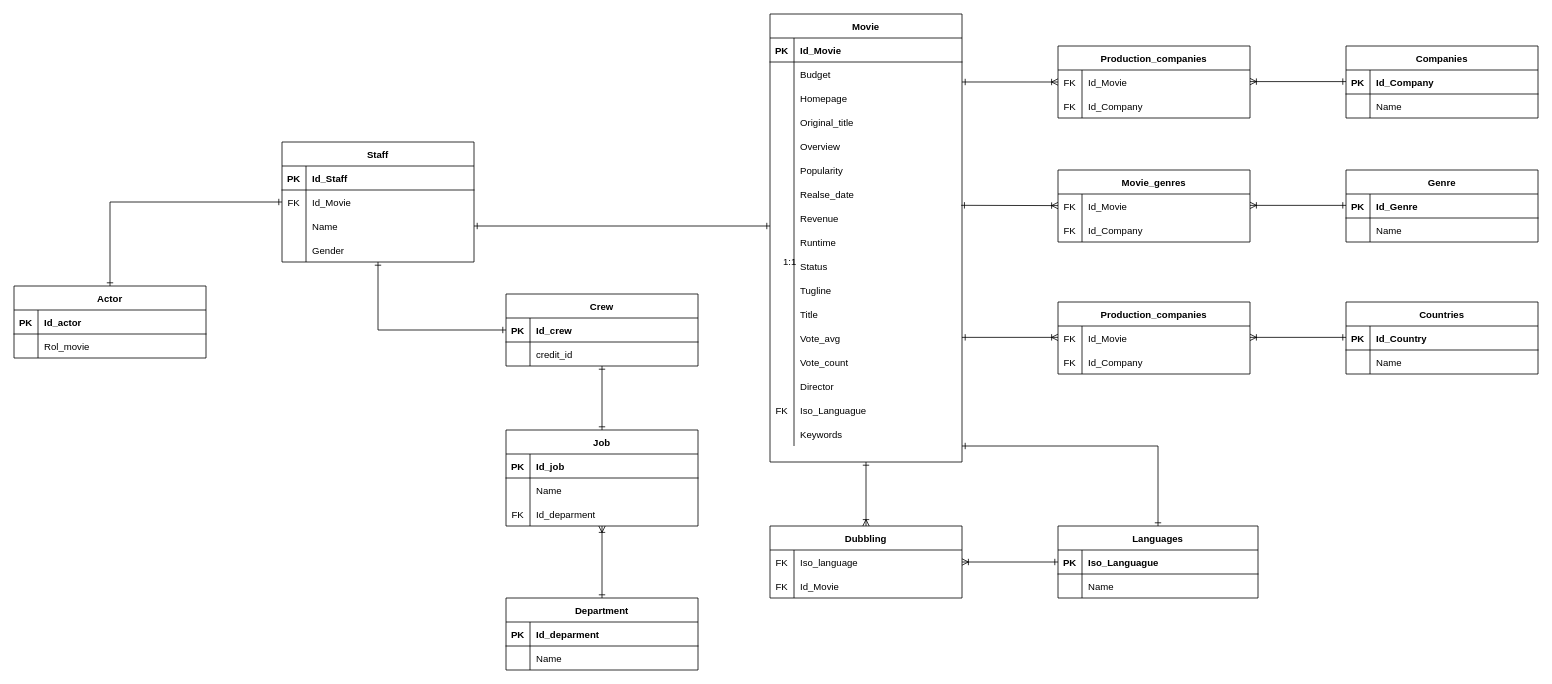
The draw.io diagram Modelo Logico.drawio in rubenjz/Base-de-Datos, before the edit. Source tidied: cells renumbered, new cells numbered last; positions are measured from the earlier drawing's top-left corner, leaving out a move shared by most shapes. Both pictures are drawn from the tidied source at 80%, with x=0, y=0 at pixel (14, 14).
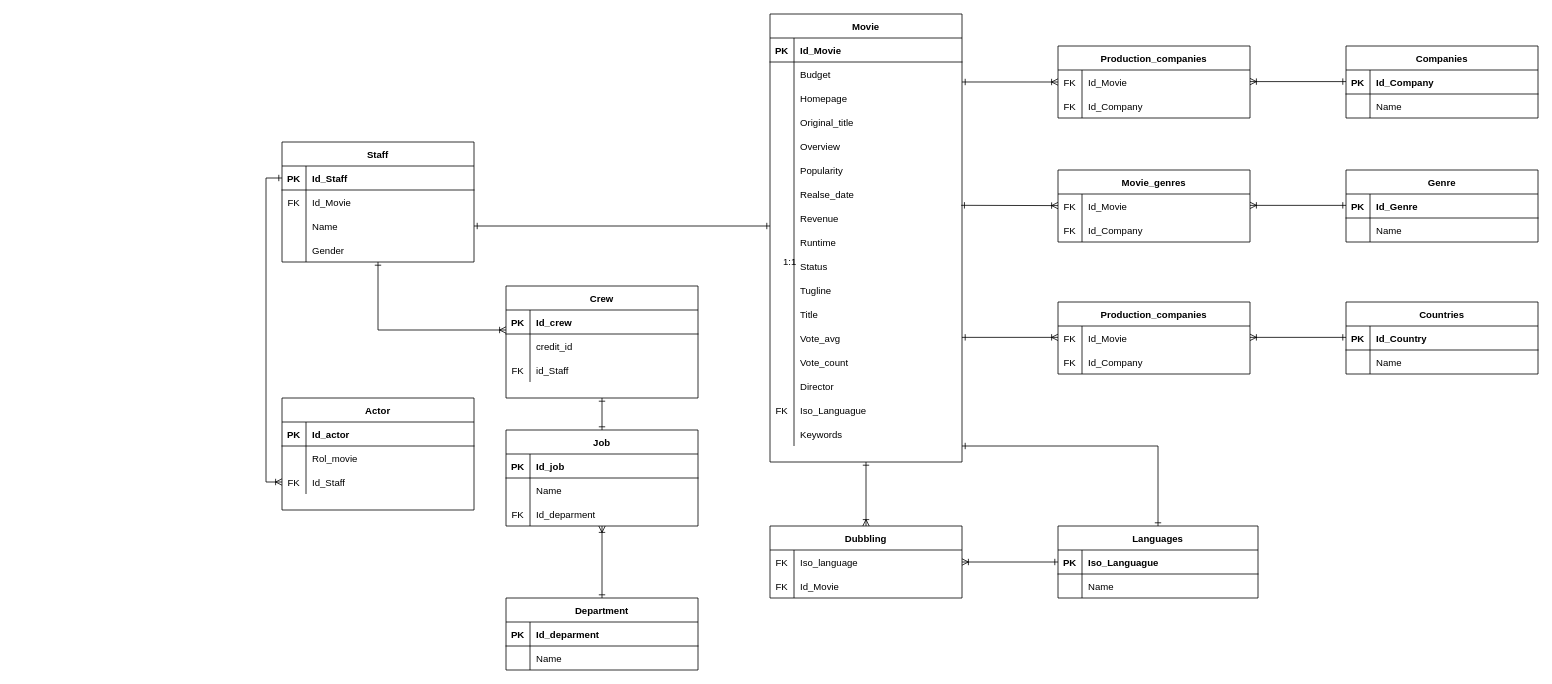
The same page after the edit.

The change refers to these unchanged cells:
```xml
<mxCell id="119" value="Staff" style="shape=table;startSize=30;childLayout=tableLayout;rowLines=0;fontStyle=1;align=center;" parent="1" vertex="1">
  <mxGeometry x="335" y="160" width="240" height="150" as="geometry" />
</mxCell>
<mxCell id="120" style="shape=partialRectangle;fillColor=none;points=[[0,0.5],[1,0.5]];portConstraint=eastwest;top=0;left=0;right=0;bottom=1;" parent="119" vertex="1">
  <mxGeometry y="30" width="240" height="30" as="geometry" />
</mxCell>
```

Diff of the diagram source:
```diff
@@
     <mxCell id="133" value="Actor" style="shape=table;startSize=30;childLayout=tableLayout;rowLines=0;fontStyle=1;align=center;" parent="1" vertex="1">
-      <mxGeometry y="340" width="240" height="90" as="geometry" />
+      <mxGeometry x="335" y="480" width="240" height="140" as="geometry" />
     </mxCell>
@@
+    <mxCell id="169" style="shape=partialRectangle;fillColor=none;points=[[0,0.5],[1,0.5]];portConstraint=eastwest;top=0;left=0;right=0;bottom=0;" parent="133" vertex="1">
+      <mxGeometry y="90" width="240" height="30" as="geometry" />
+    </mxCell>
+    <mxCell id="170" value="FK" style="shape=partialRectangle;overflow=hidden;fillColor=none;top=0;left=0;bottom=0;right=0;" parent="169" vertex="1">
+      <mxGeometry width="30" height="30" as="geometry" />
+    </mxCell>
+    <mxCell id="171" value="Id_Staff" style="shape=partialRectangle;overflow=hidden;fillColor=none;top=0;left=0;bottom=0;right=0;align=left;spacingLeft=6;" parent="169" vertex="1">
+      <mxGeometry x="30" width="210" height="30" as="geometry" />
+    </mxCell>
@@
     <mxCell id="141" value="Crew" style="shape=table;startSize=30;childLayout=tableLayout;rowLines=0;fontStyle=1;align=center;" parent="1" vertex="1">
-      <mxGeometry x="615" y="350" width="240" height="90" as="geometry" />
+      <mxGeometry x="615" y="340" width="240" height="140" as="geometry" />
     </mxCell>
@@
+    <mxCell id="172" style="shape=partialRectangle;fillColor=none;top=0;left=0;right=0;bottom=0;" parent="141" vertex="1">
+      <mxGeometry y="90" width="240" height="30" as="geometry" />
+    </mxCell>
+    <mxCell id="173" value="FK" style="shape=partialRectangle;overflow=hidden;fillColor=none;top=0;left=0;bottom=0;right=0;" parent="172" vertex="1">
+      <mxGeometry width="30" height="30" as="geometry" />
+    </mxCell>
+    <mxCell id="174" value="id_Staff" style="shape=partialRectangle;overflow=hidden;fillColor=none;top=0;left=0;bottom=0;right=0;align=left;spacingLeft=6;" parent="172" vertex="1">
+      <mxGeometry x="30" width="210" height="30" as="geometry" />
+    </mxCell>
@@
-    <mxCell id="167" style="edgeStyle=orthogonalEdgeStyle;rounded=0;jettySize=auto;html=1;startArrow=ERone;startFill=0;endArrow=ERone;endFill=0;" parent="1" edge="1" source="119" target="133">
+    <mxCell id="167" style="edgeStyle=orthogonalEdgeStyle;rounded=0;jettySize=auto;html=1;startArrow=ERone;startFill=0;endArrow=ERoneToMany;endFill=0;entryX=0;entryY=0.5;entryDx=0;entryDy=0;" parent="1" edge="1" source="120" target="169">
       <mxGeometry relative="1" as="geometry" />
     </mxCell>
-    <mxCell id="168" style="edgeStyle=orthogonalEdgeStyle;rounded=0;jettySize=auto;html=1;startArrow=ERone;startFill=0;endArrow=ERone;endFill=0;" parent="1" edge="1" source="119" target="141">
+    <mxCell id="168" style="edgeStyle=orthogonalEdgeStyle;rounded=0;jettySize=auto;html=1;startArrow=ERone;startFill=0;endArrow=ERoneToMany;endFill=0;" parent="1" edge="1" source="119" target="141">
       <mxGeometry relative="1" as="geometry">
         <Array as="points">
           <mxPoint x="455" y="395" />
         </Array>
       </mxGeometry>
     </mxCell>
```
